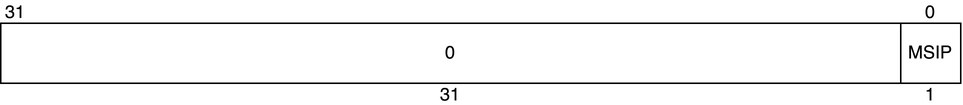
Earlier version of the draw.io export basic/images/21-impl-interrupt/msip.png (nananapo/veryl-riscv-book). Source tidied: cells renumbered, new cells last; positions are measured from the earlier drawing's top-left corner, leaving out a move shared by most shapes. The source it was exported from:
```xml
<mxGraphModel>
  <root>
    <mxCell id="0" />
    <mxCell id="1" parent="0" />
    <mxCell id="2" style="rounded=0;whiteSpace=wrap;html=1;" parent="1" vertex="1">
      <mxGeometry y="15" width="640" height="40" as="geometry" />
    </mxCell>
    <mxCell id="3" value="0" style="text;html=1;align=center;verticalAlign=middle;whiteSpace=wrap;rounded=0;" parent="1" vertex="1">
      <mxGeometry x="610" width="20" height="15" as="geometry" />
    </mxCell>
    <mxCell id="4" value="31" style="text;html=1;align=center;verticalAlign=middle;whiteSpace=wrap;rounded=0;" parent="1" vertex="1">
      <mxGeometry width="20" height="15" as="geometry" />
    </mxCell>
    <mxCell id="5" value="0" style="text;html=1;align=center;verticalAlign=middle;whiteSpace=wrap;rounded=0;" parent="1" vertex="1">
      <mxGeometry x="290" y="27.5" width="20" height="15" as="geometry" />
    </mxCell>
    <mxCell id="6" value="31" style="text;html=1;align=center;verticalAlign=middle;whiteSpace=wrap;rounded=0;" parent="1" vertex="1">
      <mxGeometry x="290" y="55" width="20" height="15" as="geometry" />
    </mxCell>
    <mxCell id="7" style="endArrow=none;html=1;rounded=0;" parent="1" edge="1">
      <mxGeometry relative="1" as="geometry">
        <mxPoint x="600" y="55" as="sourcePoint" />
        <mxPoint x="600" y="15" as="targetPoint" />
      </mxGeometry>
    </mxCell>
    <mxCell id="8" value="MSIP" style="text;html=1;align=center;verticalAlign=middle;whiteSpace=wrap;rounded=0;" parent="1" vertex="1">
      <mxGeometry x="610" y="27.5" width="20" height="15" as="geometry" />
    </mxCell>
    <mxCell id="9" value="1" style="text;html=1;align=center;verticalAlign=middle;whiteSpace=wrap;rounded=0;" parent="1" vertex="1">
      <mxGeometry x="610" y="55" width="20" height="15" as="geometry" />
    </mxCell>
  </root>
</mxGraphModel>
```
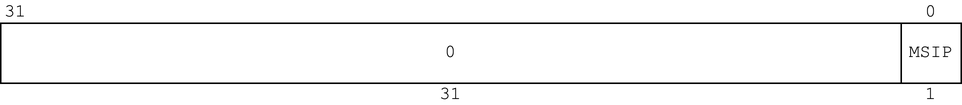
Above is the later version.

What changed in the source:
```diff
@@ -2,31 +2,31 @@
   <root>
     <mxCell id="0" />
     <mxCell id="1" parent="0" />
-    <mxCell id="2" style="rounded=0;whiteSpace=wrap;html=1;" parent="1" vertex="1">
+    <mxCell id="2" style="rounded=0;whiteSpace=wrap;html=1;fontFamily=Courier New;" parent="1" vertex="1">
       <mxGeometry y="15" width="640" height="40" as="geometry" />
     </mxCell>
-    <mxCell id="3" value="0" style="text;html=1;align=center;verticalAlign=middle;whiteSpace=wrap;rounded=0;" parent="1" vertex="1">
+    <mxCell id="3" value="0" style="text;html=1;align=center;verticalAlign=middle;whiteSpace=wrap;rounded=0;fontFamily=Courier New;" parent="1" vertex="1">
       <mxGeometry x="610" width="20" height="15" as="geometry" />
     </mxCell>
-    <mxCell id="4" value="31" style="text;html=1;align=center;verticalAlign=middle;whiteSpace=wrap;rounded=0;" parent="1" vertex="1">
+    <mxCell id="4" value="31" style="text;html=1;align=center;verticalAlign=middle;whiteSpace=wrap;rounded=0;fontFamily=Courier New;" parent="1" vertex="1">
       <mxGeometry width="20" height="15" as="geometry" />
     </mxCell>
-    <mxCell id="5" value="0" style="text;html=1;align=center;verticalAlign=middle;whiteSpace=wrap;rounded=0;" parent="1" vertex="1">
+    <mxCell id="5" value="0" style="text;html=1;align=center;verticalAlign=middle;whiteSpace=wrap;rounded=0;fontFamily=Courier New;" parent="1" vertex="1">
       <mxGeometry x="290" y="27.5" width="20" height="15" as="geometry" />
     </mxCell>
-    <mxCell id="6" value="31" style="text;html=1;align=center;verticalAlign=middle;whiteSpace=wrap;rounded=0;" parent="1" vertex="1">
+    <mxCell id="6" value="31" style="text;html=1;align=center;verticalAlign=middle;whiteSpace=wrap;rounded=0;fontFamily=Courier New;" parent="1" vertex="1">
       <mxGeometry x="290" y="55" width="20" height="15" as="geometry" />
     </mxCell>
-    <mxCell id="7" style="endArrow=none;html=1;rounded=0;" parent="1" edge="1">
+    <mxCell id="7" style="endArrow=none;html=1;rounded=0;fontFamily=Courier New;" parent="1" edge="1">
       <mxGeometry relative="1" as="geometry">
         <mxPoint x="600" y="55" as="sourcePoint" />
         <mxPoint x="600" y="15" as="targetPoint" />
       </mxGeometry>
     </mxCell>
-    <mxCell id="8" value="MSIP" style="text;html=1;align=center;verticalAlign=middle;whiteSpace=wrap;rounded=0;" parent="1" vertex="1">
+    <mxCell id="8" value="MSIP" style="text;html=1;align=center;verticalAlign=middle;whiteSpace=wrap;rounded=0;fontFamily=Courier New;" parent="1" vertex="1">
       <mxGeometry x="610" y="27.5" width="20" height="15" as="geometry" />
     </mxCell>
-    <mxCell id="9" value="1" style="text;html=1;align=center;verticalAlign=middle;whiteSpace=wrap;rounded=0;" parent="1" vertex="1">
+    <mxCell id="9" value="1" style="text;html=1;align=center;verticalAlign=middle;whiteSpace=wrap;rounded=0;fontFamily=Courier New;" parent="1" vertex="1">
       <mxGeometry x="610" y="55" width="20" height="15" as="geometry" />
     </mxCell>
   </root>
```
